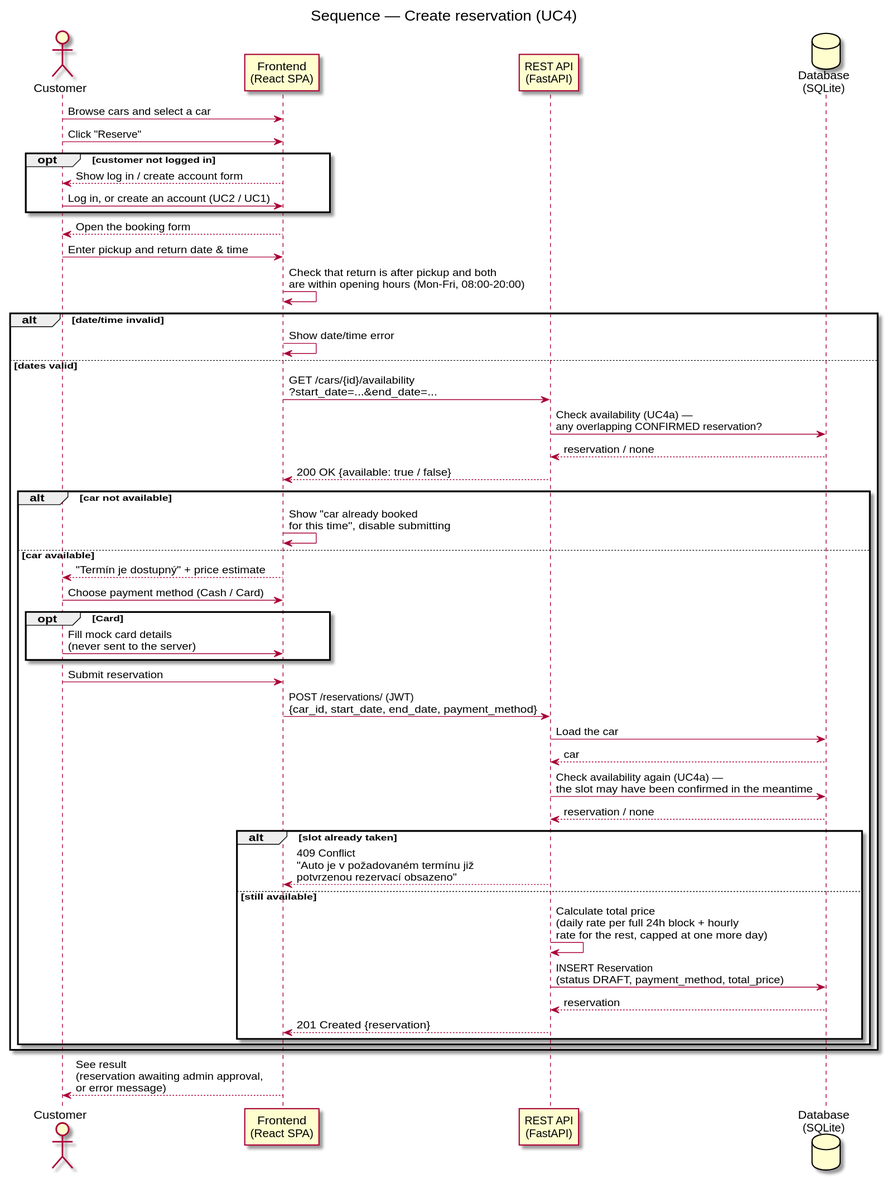
Above: docs/diagrams/sequence-make-reservation.svg in DavidMagyarics/CarRentalVSB (PlantUML), before the change.
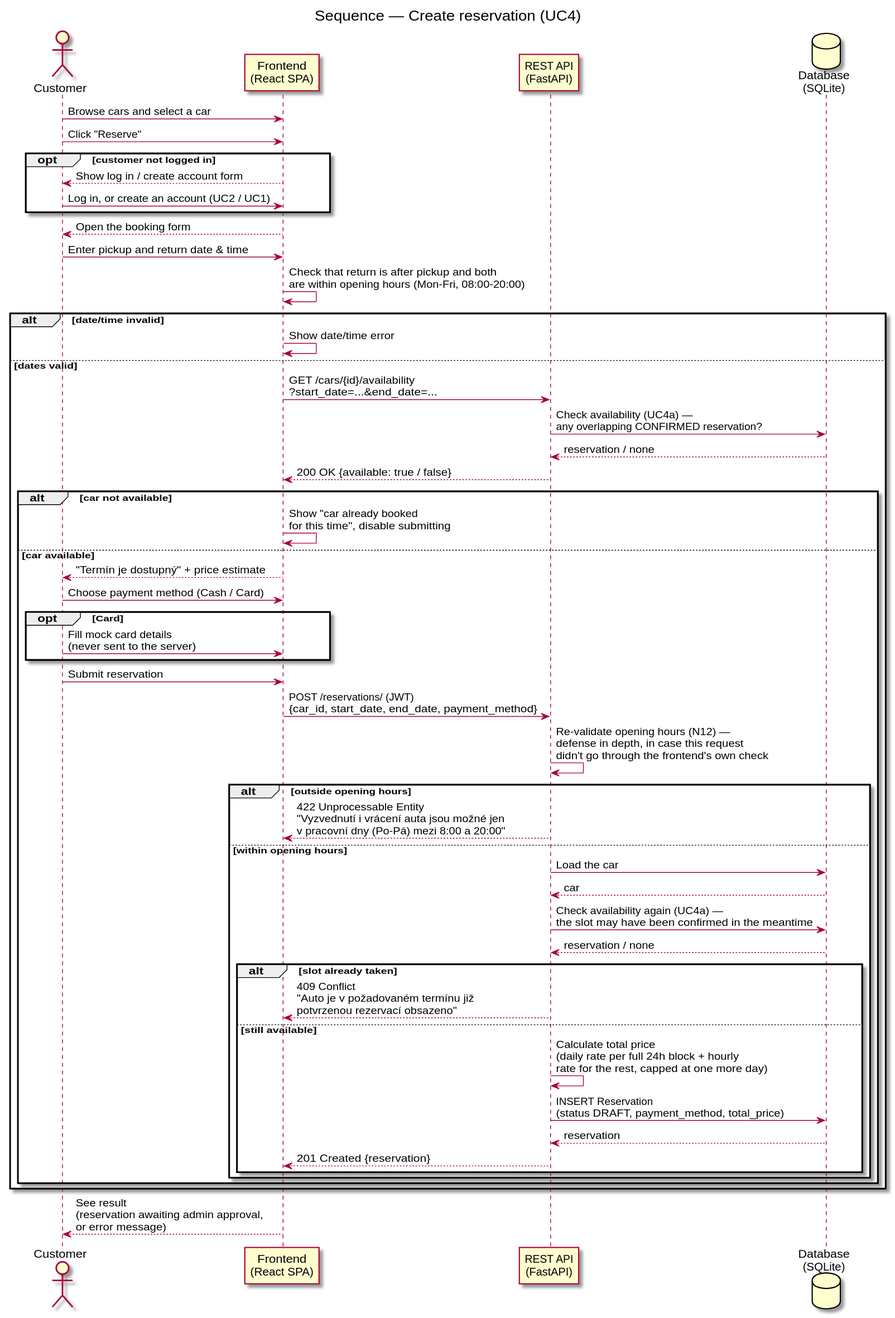
After the change.

Change to the diagram source:
```diff
@@ -37,18 +37,24 @@
     end
     Customer -> FE: Submit reservation
     FE -> API: POST /reservations/ (JWT)\n{car_id, start_date, end_date, payment_method}
-    API -> DB: Load the car
-    DB --> API: car
-    API -> DB: Check availability again (UC4a) —\nthe slot may have been confirmed in the meantime
-    DB --> API: reservation / none
+    API -> API: Re-validate opening hours (N12) —\ndefense in depth, in case this request\ndidn't go through the frontend's own check
 
-    alt slot already taken
-      API --> FE: 409 Conflict\n"Auto je v požadovaném termínu již\npotvrzenou rezervací obsazeno"
-    else still available
-      API -> API: Calculate total price\n(daily rate per full 24h block + hourly\nrate for the rest, capped at one more day)
-      API -> DB: INSERT Reservation\n(status DRAFT, payment_method, total_price)
-      DB --> API: reservation
-      API --> FE: 201 Created {reservation}
+    alt outside opening hours
+      API --> FE: 422 Unprocessable Entity\n"Vyzvednutí i vrácení auta jsou možné jen\nv pracovní dny (Po-Pá) mezi 8:00 a 20:00"
+    else within opening hours
+      API -> DB: Load the car
+      DB --> API: car
+      API -> DB: Check availability again (UC4a) —\nthe slot may have been confirmed in the meantime
+      DB --> API: reservation / none
+
+      alt slot already taken
+        API --> FE: 409 Conflict\n"Auto je v požadovaném termínu již\npotvrzenou rezervací obsazeno"
+      else still available
+        API -> API: Calculate total price\n(daily rate per full 24h block + hourly\nrate for the rest, capped at one more day)
+        API -> DB: INSERT Reservation\n(status DRAFT, payment_method, total_price)
+        DB --> API: reservation
+        API --> FE: 201 Created {reservation}
+      end
     end
   end
 end
```
